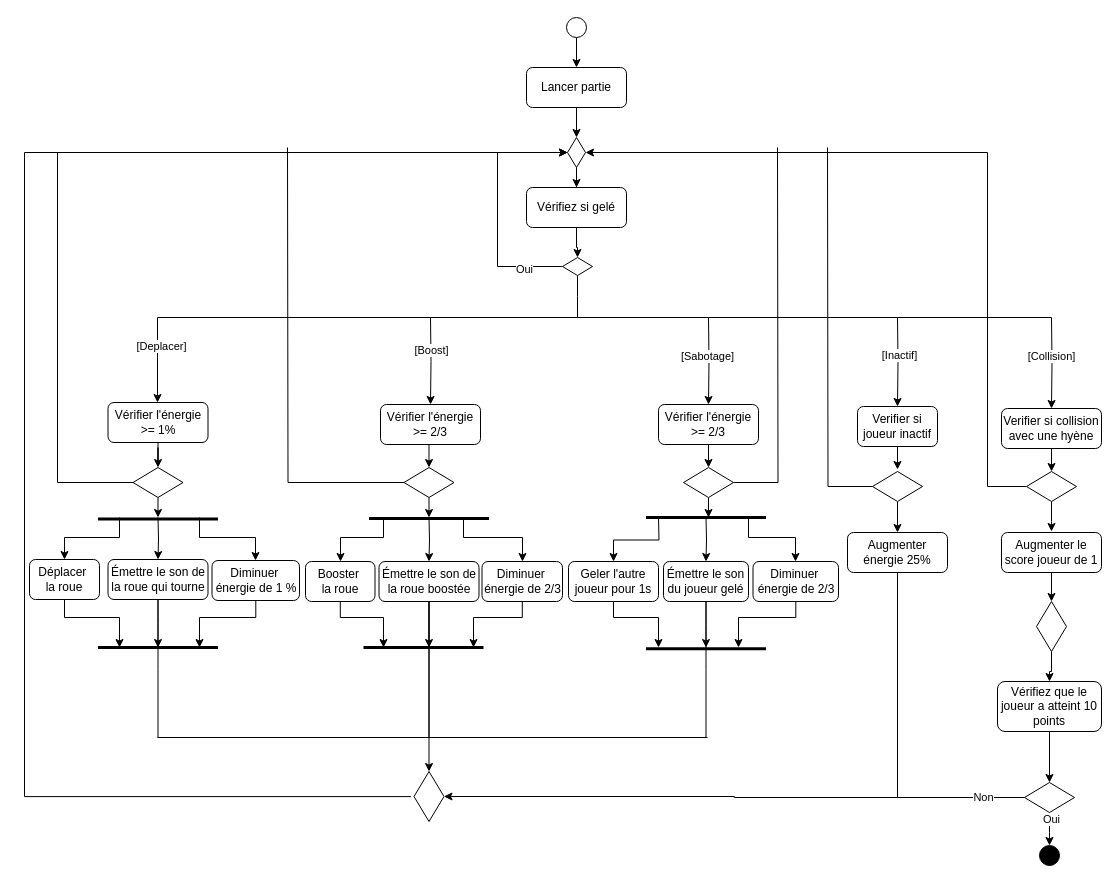
Before: GameSessionActivityDiagram.drawio in nsy115-11404f/modelisation, a draw.io diagram. Source tidied: cells renumbered, new cells numbered last; positions are measured from the earlier drawing's top-left corner, leaving out a move shared by most shapes. Both pictures are drawn from the tidied source at 100%, with x=0, y=0 at pixel (24, 17).
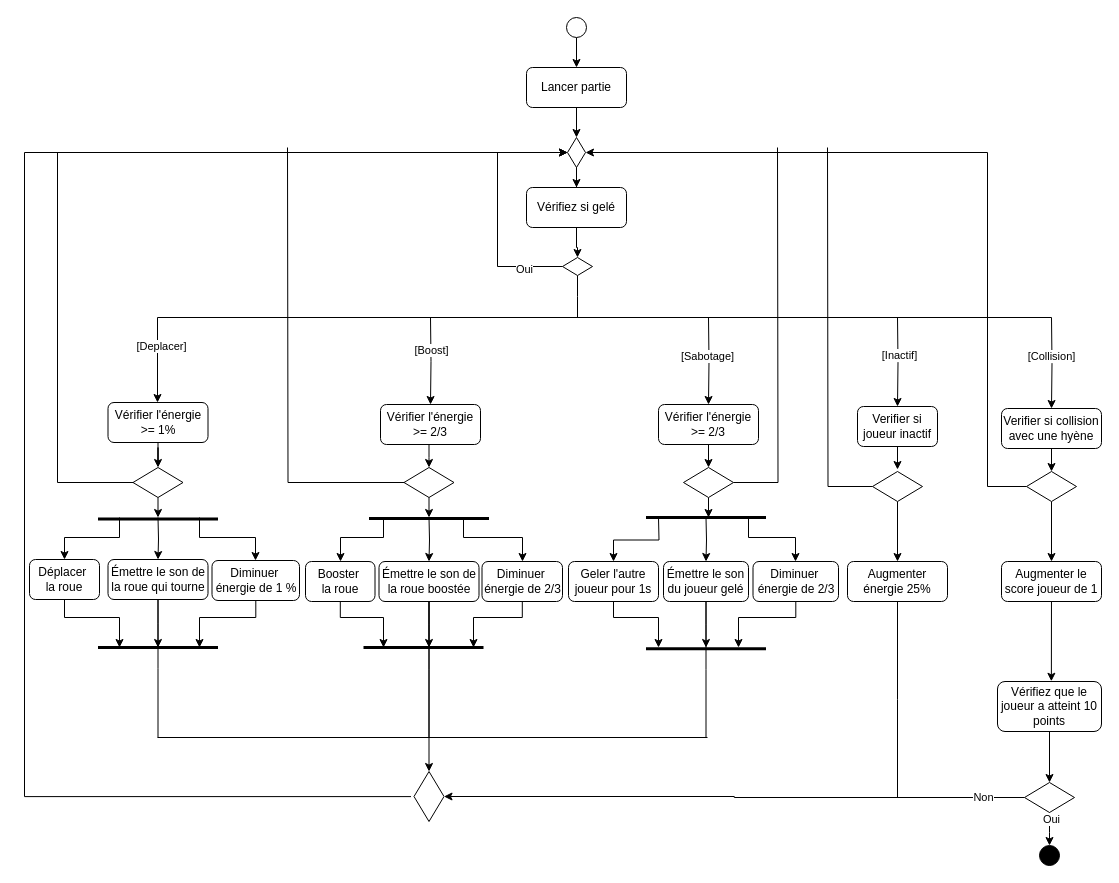
Above is the later version.

The change refers to these unchanged cells:
```xml
<mxCell id="65" style="rhombus;whiteSpace=wrap;html=1;" parent="1" vertex="1">
  <mxGeometry x="1002" y="454" width="50" height="30" as="geometry" />
</mxCell>
<mxCell id="76" value="Vérifiez que le joueur a atteint 10 points" style="rounded=1;whiteSpace=wrap;html=1;" parent="1" vertex="1">
  <mxGeometry x="973" y="664" width="104" height="50" as="geometry" />
</mxCell>
```

What changed in the source:
```diff
@@
-    <mxCell id="61" style="edgeStyle=orthogonalEdgeStyle;rounded=0;jettySize=auto;html=1;entryX=0.5;entryY=0;entryDx=0;entryDy=0;" parent="1" edge="1" source="62" target="67">
-      <mxGeometry relative="1" as="geometry" />
-    </mxCell>
     <mxCell id="62" value="Augmenter le score joueur de 1" style="rounded=1;whiteSpace=wrap;html=1;" parent="1" vertex="1">
-      <mxGeometry x="977" y="515" width="100" height="40" as="geometry" />
+      <mxGeometry x="977" y="544" width="100" height="40" as="geometry" />
     </mxCell>
-    <mxCell id="63" style="edgeStyle=orthogonalEdgeStyle;rounded=0;jettySize=auto;html=1;" parent="1" edge="1" source="65">
-      <mxGeometry relative="1" as="geometry">
-        <mxPoint x="1027" y="514" as="targetPoint" />
-      </mxGeometry>
+    <mxCell id="63" style="edgeStyle=orthogonalEdgeStyle;rounded=0;jettySize=auto;html=1;entryX=0.5;entryY=0;entryDx=0;entryDy=0;" parent="1" edge="1" source="65" target="62">
+      <mxGeometry relative="1" as="geometry" />
     </mxCell>
@@
-    <mxCell id="66" style="edgeStyle=orthogonalEdgeStyle;rounded=0;jettySize=auto;html=1;entryX=0.5;entryY=0;entryDx=0;entryDy=0;" parent="1" edge="1" source="67" target="76">
-      <mxGeometry relative="1" as="geometry" />
-    </mxCell>
-    <mxCell id="67" style="rhombus;whiteSpace=wrap;html=1;" parent="1" vertex="1">
-      <mxGeometry x="1012" y="584" width="30" height="50" as="geometry" />
-    </mxCell>
@@
     <mxCell id="95" value="Augmenter énergie 25%" style="rounded=1;whiteSpace=wrap;html=1;" parent="1" vertex="1">
-      <mxGeometry x="823" y="515" width="100" height="40" as="geometry" />
+      <mxGeometry x="823" y="544" width="100" height="40" as="geometry" />
     </mxCell>
@@
+    <mxCell id="104" style="rounded=0;jettySize=auto;html=1;entryX=0.518;entryY=-0.005;entryDx=0;entryDy=0;entryPerimeter=0;" parent="1" edge="1" source="62" target="76">
+      <mxGeometry relative="1" as="geometry" />
+    </mxCell>
```
